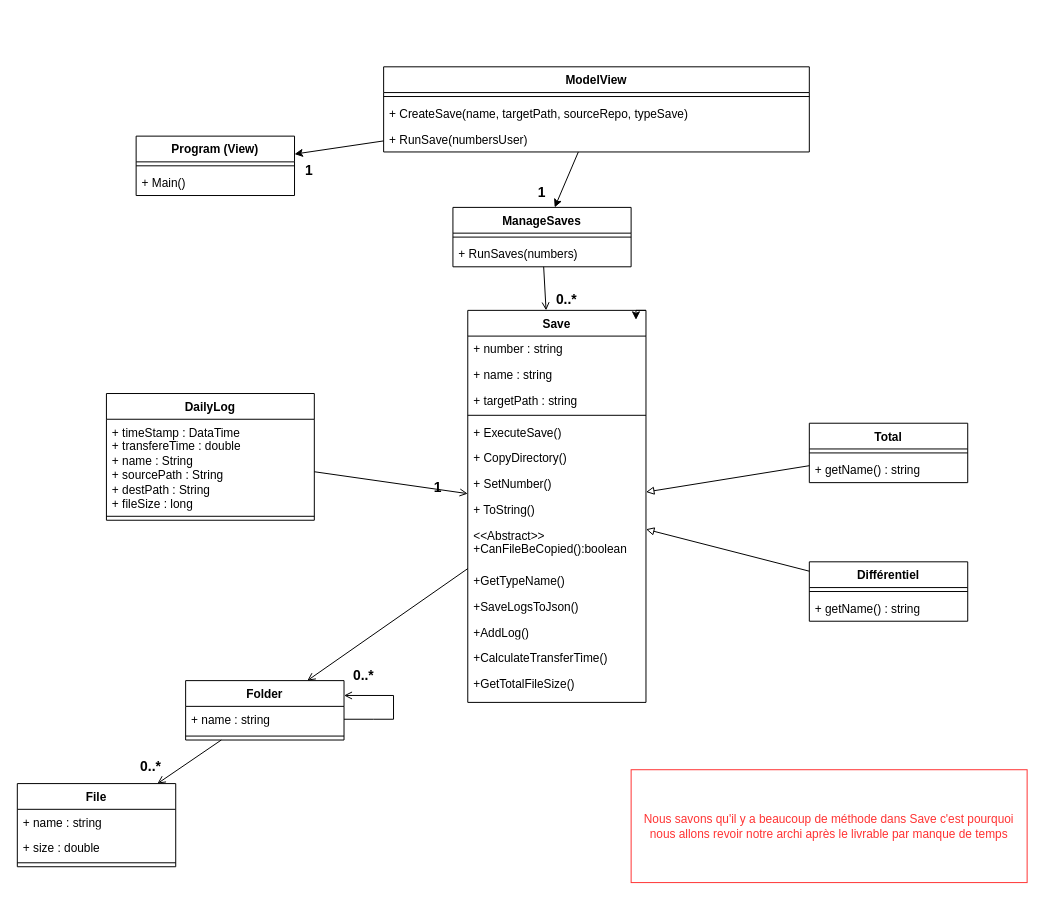
Earlier version of the draw.io diagram page "Classe" (1 of 5) of EazySave-Master/docs/Diagrammes/UML.drawio (Rudoni/EazySave). Source tidied: cells renumbered, new cells numbered last; positions are measured from the earlier drawing's top-left corner, leaving out a move shared by most shapes. Both pictures are drawn from the tidied source at 99%, with x=0, y=0 at pixel (17, 66).
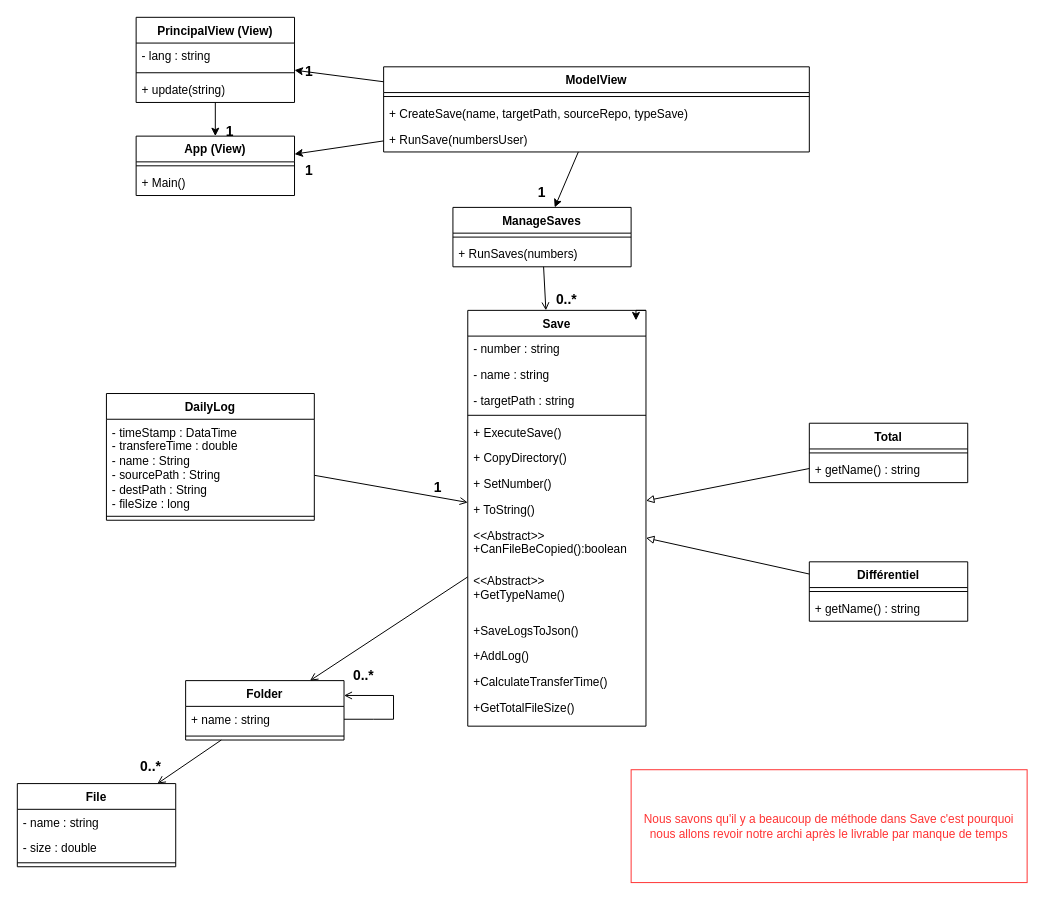
The same diagram, later.

The change refers to these unchanged cells:
```xml
<mxCell id="23" value="File" style="swimlane;fontStyle=1;align=center;verticalAlign=top;horizontal=1;startSize=26;whiteSpace=wrap;html=1;" parent="1" vertex="1">
  <mxGeometry y="724" width="160" height="84" as="geometry" />
</mxCell>
<mxCell id="30" value="ModelView" style="swimlane;fontStyle=1;align=center;verticalAlign=top;horizontal=1;startSize=26;whiteSpace=wrap;html=1;" parent="1" vertex="1">
  <mxGeometry x="370" width="430" height="86" as="geometry" />
</mxCell>
<mxCell id="45" value="DailyLog" style="swimlane;fontStyle=1;align=center;verticalAlign=top;horizontal=1;startSize=26;whiteSpace=wrap;html=1;" parent="1" vertex="1">
  <mxGeometry x="90" y="330" width="210" height="128" as="geometry" />
</mxCell>
```

Change to the diagram source:
```diff
@@
     <mxCell id="2" value="Save" style="swimlane;fontStyle=1;align=center;verticalAlign=top;horizontal=1;startSize=26;whiteSpace=wrap;html=1;" parent="1" vertex="1">
-      <mxGeometry x="455" y="246" width="180" height="396" as="geometry" />
+      <mxGeometry x="455" y="246" width="180" height="420" as="geometry" />
     </mxCell>
-    <mxCell id="3" value="+ number : string" style="text;strokeColor=none;fillColor=none;align=left;verticalAlign=top;spacingLeft=4;spacingRight=4;overflow=hidden;whiteSpace=wrap;html=1;" parent="2" vertex="1">
+    <mxCell id="3" value="- number : string" style="text;strokeColor=none;fillColor=none;align=left;verticalAlign=top;spacingLeft=4;spacingRight=4;overflow=hidden;whiteSpace=wrap;html=1;" parent="2" vertex="1">
       <mxGeometry y="26" width="180" height="26" as="geometry" />
     </mxCell>
-    <mxCell id="4" value="+ name : string" style="text;strokeColor=none;fillColor=none;align=left;verticalAlign=top;spacingLeft=4;spacingRight=4;overflow=hidden;whiteSpace=wrap;html=1;" parent="2" vertex="1">
+    <mxCell id="4" value="- name : string" style="text;strokeColor=none;fillColor=none;align=left;verticalAlign=top;spacingLeft=4;spacingRight=4;overflow=hidden;whiteSpace=wrap;html=1;" parent="2" vertex="1">
       <mxGeometry y="52" width="180" height="26" as="geometry" />
     </mxCell>
-    <mxCell id="5" value="+ targetPath : string" style="text;strokeColor=none;fillColor=none;align=left;verticalAlign=top;spacingLeft=4;spacingRight=4;overflow=hidden;whiteSpace=wrap;html=1;" parent="2" vertex="1">
+    <mxCell id="5" value="- targetPath : string" style="text;strokeColor=none;fillColor=none;align=left;verticalAlign=top;spacingLeft=4;spacingRight=4;overflow=hidden;whiteSpace=wrap;html=1;" parent="2" vertex="1">
       <mxGeometry y="78" width="180" height="24" as="geometry" />
     </mxCell>
@@
-    <mxCell id="12" value="+GetTypeName&lt;span style=&quot;background-color: initial;&quot;&gt;()&lt;/span&gt;" style="text;strokeColor=none;fillColor=none;align=left;verticalAlign=top;spacingLeft=4;spacingRight=4;overflow=hidden;whiteSpace=wrap;html=1;" parent="2" vertex="1">
-      <mxGeometry y="260" width="180" height="26" as="geometry" />
+    <mxCell id="12" value="&amp;lt;&amp;lt;Abstract&amp;gt;&amp;gt;&lt;br style=&quot;border-color: var(--border-color);&quot;&gt;+GetTypeName&lt;span style=&quot;background-color: initial;&quot;&gt;()&lt;/span&gt;" style="text;strokeColor=none;fillColor=none;align=left;verticalAlign=top;spacingLeft=4;spacingRight=4;overflow=hidden;whiteSpace=wrap;html=1;" parent="2" vertex="1">
+      <mxGeometry y="260" width="180" height="50" as="geometry" />
     </mxCell>
     <mxCell id="13" value="+SaveLogsToJson&lt;span style=&quot;background-color: initial;&quot;&gt;()&lt;/span&gt;" style="text;strokeColor=none;fillColor=none;align=left;verticalAlign=top;spacingLeft=4;spacingRight=4;overflow=hidden;whiteSpace=wrap;html=1;" parent="2" vertex="1">
-      <mxGeometry y="286" width="180" height="26" as="geometry" />
+      <mxGeometry y="310" width="180" height="26" as="geometry" />
     </mxCell>
     <mxCell id="14" value="+AddLog&lt;span style=&quot;background-color: initial;&quot;&gt;()&lt;/span&gt;" style="text;strokeColor=none;fillColor=none;align=left;verticalAlign=top;spacingLeft=4;spacingRight=4;overflow=hidden;whiteSpace=wrap;html=1;" parent="2" vertex="1">
-      <mxGeometry y="312" width="180" height="26" as="geometry" />
+      <mxGeometry y="336" width="180" height="26" as="geometry" />
     </mxCell>
     <mxCell id="15" value="+CalculateTransferTime&lt;span style=&quot;background-color: initial;&quot;&gt;()&lt;/span&gt;" style="text;strokeColor=none;fillColor=none;align=left;verticalAlign=top;spacingLeft=4;spacingRight=4;overflow=hidden;whiteSpace=wrap;html=1;" parent="2" vertex="1">
-      <mxGeometry y="338" width="180" height="26" as="geometry" />
+      <mxGeometry y="362" width="180" height="26" as="geometry" />
     </mxCell>
     <mxCell id="16" value="+GetTotalFileSize&lt;span style=&quot;background-color: initial;&quot;&gt;()&lt;/span&gt;" style="text;strokeColor=none;fillColor=none;align=left;verticalAlign=top;spacingLeft=4;spacingRight=4;overflow=hidden;whiteSpace=wrap;html=1;" parent="2" vertex="1">
-      <mxGeometry y="364" width="180" height="32" as="geometry" />
+      <mxGeometry y="388" width="180" height="32" as="geometry" />
     </mxCell>
@@
-    <mxCell id="24" value="+ name : string" style="text;strokeColor=none;fillColor=none;align=left;verticalAlign=top;spacingLeft=4;spacingRight=4;overflow=hidden;whiteSpace=wrap;html=1;" parent="23" vertex="1">
+    <mxCell id="24" value="- name : string" style="text;strokeColor=none;fillColor=none;align=left;verticalAlign=top;spacingLeft=4;spacingRight=4;overflow=hidden;whiteSpace=wrap;html=1;" parent="23" vertex="1">
       <mxGeometry y="26" width="160" height="26" as="geometry" />
     </mxCell>
-    <mxCell id="25" value="+ size : double" style="text;strokeColor=none;fillColor=none;align=left;verticalAlign=top;spacingLeft=4;spacingRight=4;overflow=hidden;whiteSpace=wrap;html=1;" parent="23" vertex="1">
+    <mxCell id="25" value="- size : double" style="text;strokeColor=none;fillColor=none;align=left;verticalAlign=top;spacingLeft=4;spacingRight=4;overflow=hidden;whiteSpace=wrap;html=1;" parent="23" vertex="1">
       <mxGeometry y="52" width="160" height="24" as="geometry" />
     </mxCell>
@@
-    <mxCell id="27" value="Program (View)" style="swimlane;fontStyle=1;align=center;verticalAlign=top;horizontal=1;startSize=26;whiteSpace=wrap;html=1;" parent="1" vertex="1">
+    <mxCell id="27" value="App (View)" style="swimlane;fontStyle=1;align=center;verticalAlign=top;horizontal=1;startSize=26;whiteSpace=wrap;html=1;" parent="1" vertex="1">
       <mxGeometry x="120" y="70" width="160" height="60" as="geometry" />
     </mxCell>
@@
-    <mxCell id="46" value="+ timeStamp : DataTime&lt;br&gt;+ transfereTime : double&lt;br&gt;+ name : String&lt;br&gt;+ sourcePath : String&lt;br&gt;+ destPath : String&lt;br&gt;+ fileSize : long" style="text;strokeColor=none;fillColor=none;align=left;verticalAlign=top;spacingLeft=4;spacingRight=4;overflow=hidden;whiteSpace=wrap;html=1;" parent="45" vertex="1">
+    <mxCell id="46" value="- timeStamp : DataTime&lt;br&gt;- transfereTime : double&lt;br&gt;- name : String&lt;br&gt;- sourcePath : String&lt;br&gt;- destPath : String&lt;br&gt;- fileSize : long" style="text;strokeColor=none;fillColor=none;align=left;verticalAlign=top;spacingLeft=4;spacingRight=4;overflow=hidden;whiteSpace=wrap;html=1;" parent="45" vertex="1">
       <mxGeometry y="26" width="210" height="94" as="geometry" />
     </mxCell>
@@
+    <mxCell id="60" value="PrincipalView (View)" style="swimlane;fontStyle=1;align=center;verticalAlign=top;horizontal=1;startSize=26;whiteSpace=wrap;html=1;" parent="1" vertex="1">
+      <mxGeometry x="120" y="-50" width="160" height="86" as="geometry" />
+    </mxCell>
+    <mxCell id="61" value="- lang : string" style="text;strokeColor=none;fillColor=none;align=left;verticalAlign=top;spacingLeft=4;spacingRight=4;overflow=hidden;whiteSpace=wrap;html=1;" parent="60" vertex="1">
+      <mxGeometry y="26" width="160" height="26" as="geometry" />
+    </mxCell>
+    <mxCell id="62" style="line;strokeWidth=1;fillColor=none;align=left;verticalAlign=middle;spacingTop=-1;spacingLeft=3;spacingRight=3;labelPosition=right;strokeColor=inherit;" parent="60" vertex="1">
+      <mxGeometry y="52" width="160" height="8" as="geometry" />
+    </mxCell>
+    <mxCell id="63" value="+ update(string)" style="text;strokeColor=none;fillColor=none;align=left;verticalAlign=top;spacingLeft=4;spacingRight=4;overflow=hidden;whiteSpace=wrap;html=1;" parent="60" vertex="1">
+      <mxGeometry y="60" width="160" height="26" as="geometry" />
+    </mxCell>
+    <mxCell id="64" style="endArrow=classic;html=1;rounded=0;" parent="1" edge="1" source="30" target="60">
+      <mxGeometry relative="1" as="geometry" />
+    </mxCell>
+    <mxCell id="65" value="1" style="text;html=1;strokeColor=none;fillColor=none;align=center;verticalAlign=middle;whiteSpace=wrap;rounded=0;fontStyle=1;fontSize=14;" parent="1" vertex="1">
+      <mxGeometry x="280" y="-10" width="30" height="30" as="geometry" />
+    </mxCell>
+    <mxCell id="66" style="endArrow=classic;html=1;rounded=0;" parent="1" edge="1" source="60" target="27">
+      <mxGeometry relative="1" as="geometry" />
+    </mxCell>
+    <mxCell id="67" value="1" style="text;html=1;strokeColor=none;fillColor=none;align=center;verticalAlign=middle;whiteSpace=wrap;rounded=0;fontStyle=1;fontSize=14;" parent="1" vertex="1">
+      <mxGeometry x="200" y="50" width="30" height="30" as="geometry" />
+    </mxCell>
```
